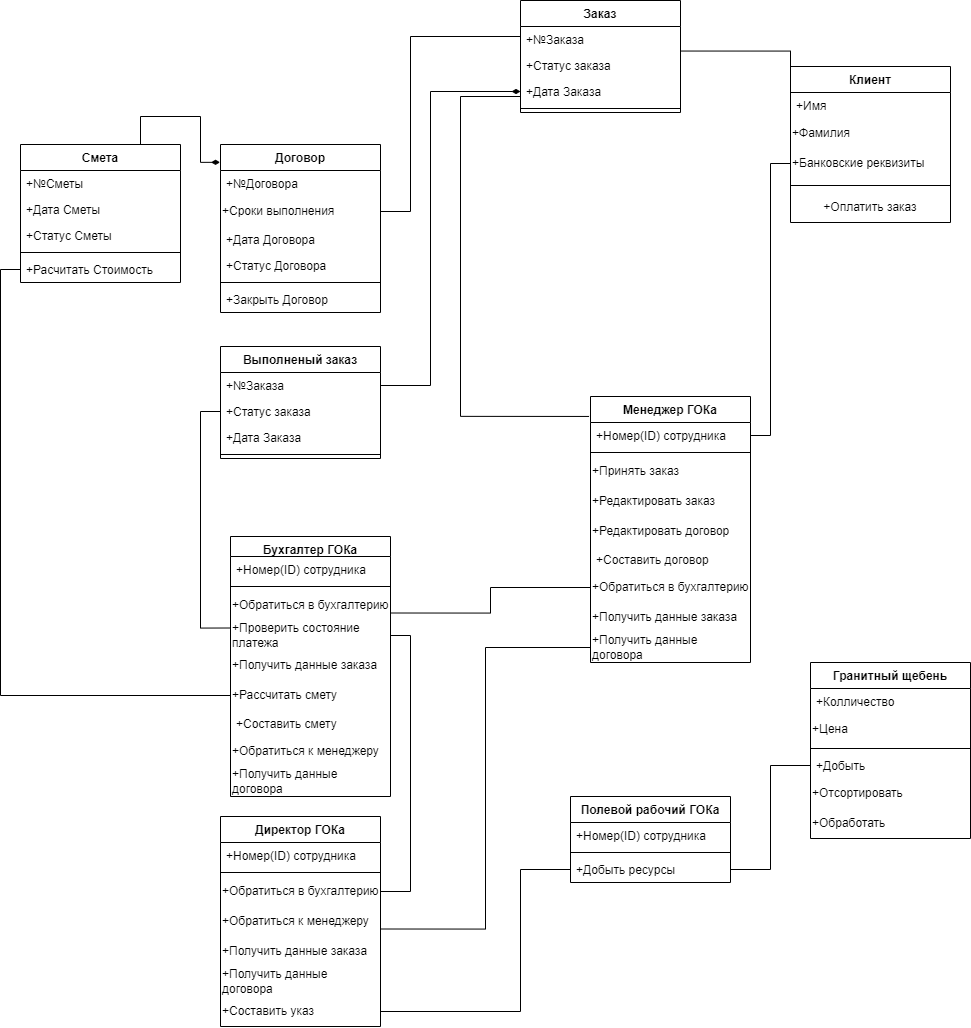
The draw.io diagram Class_Diagram.drawio.png in Awftf/UML, before a commit. Source tidied: cells renumbered, new cells last; positions are measured from the earlier drawing's top-left corner, leaving out a move shared by most shapes.
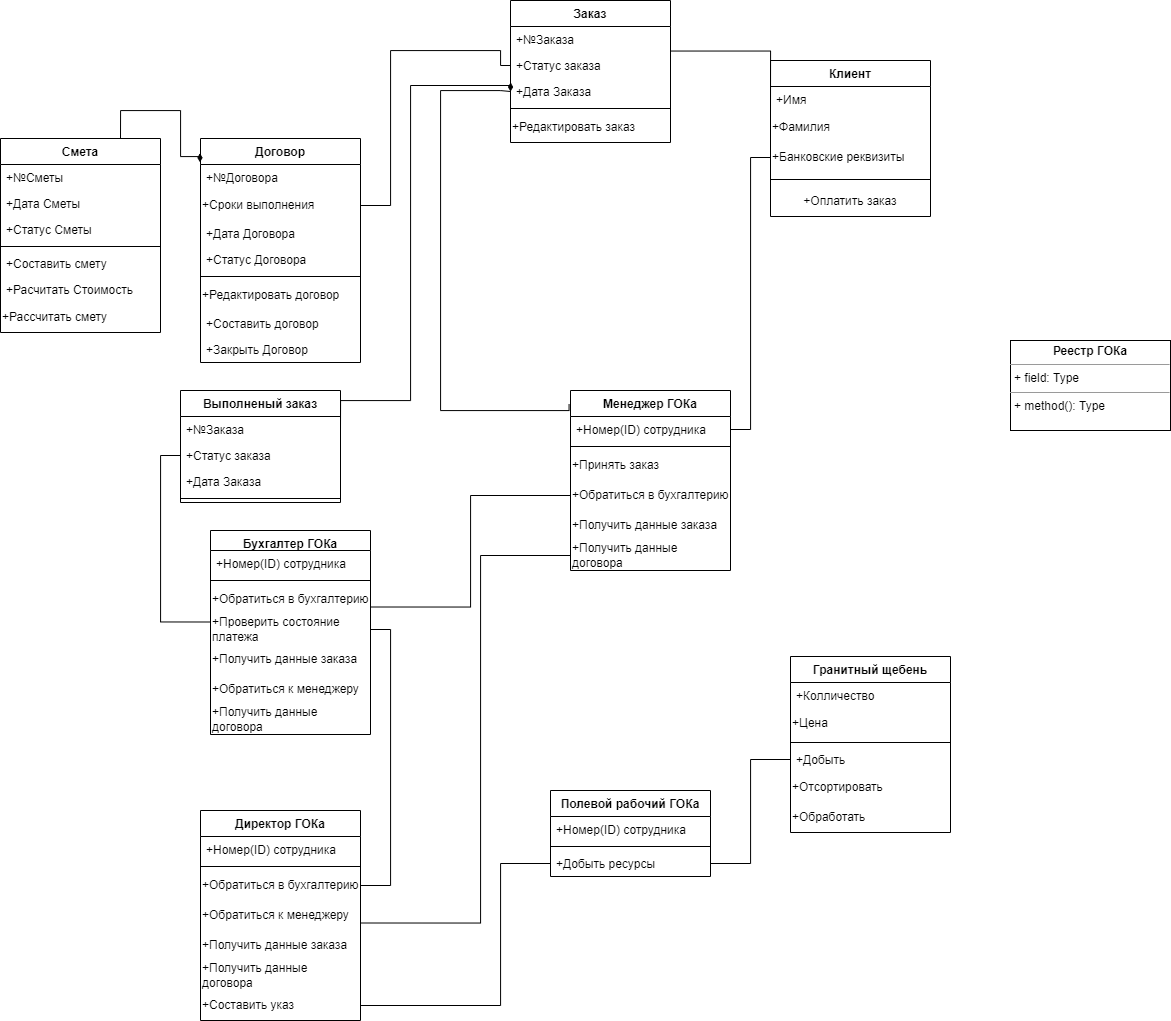
After the commit.

Diff of the diagram source:
```diff
@@ -17,3 +17,3 @@
     <mxCell id="6" value="Договор" style="swimlane;fontStyle=1;align=center;verticalAlign=top;horizontal=1;startSize=26;" parent="1" vertex="1">
-      <mxGeometry x="200" y="144" width="160" height="168" as="geometry" />
+      <mxGeometry x="200" y="144" width="160" height="224" as="geometry" />
     </mxCell>
@@ -34,7 +34,13 @@
     </mxCell>
+    <mxCell id="48" value="+Редактировать договор" style="text;html=1;strokeColor=none;fillColor=none;align=left;verticalAlign=middle;whiteSpace=wrap;rounded=0;" parent="6" vertex="1">
+      <mxGeometry y="142" width="160" height="30" as="geometry" />
+    </mxCell>
+    <mxCell id="49" value="+Составить договор" style="text;strokeColor=none;fillColor=none;align=left;verticalAlign=top;spacingLeft=4;spacingRight=4;overflow=hidden;" parent="6" vertex="1">
+      <mxGeometry y="172" width="160" height="26" as="geometry" />
+    </mxCell>
     <mxCell id="12" value="+Закрыть Договор" style="text;strokeColor=none;fillColor=none;align=left;verticalAlign=top;spacingLeft=4;spacingRight=4;overflow=hidden;" parent="6" vertex="1">
-      <mxGeometry y="142" width="160" height="26" as="geometry" />
+      <mxGeometry y="198" width="160" height="26" as="geometry" />
     </mxCell>
     <mxCell id="13" value="Заказ" style="swimlane;fontStyle=1;align=center;verticalAlign=top;horizontal=1;startSize=26;" parent="1" vertex="1">
-      <mxGeometry x="500" width="160" height="112" as="geometry" />
+      <mxGeometry x="510" y="6" width="160" height="142" as="geometry" />
     </mxCell>
@@ -52,2 +58,5 @@
     </mxCell>
+    <mxCell id="47" value="+Редактировать заказ" style="text;html=1;strokeColor=none;fillColor=none;align=left;verticalAlign=middle;whiteSpace=wrap;rounded=0;" parent="13" vertex="1">
+      <mxGeometry y="112" width="160" height="30" as="geometry" />
+    </mxCell>
     <mxCell id="18" style="edgeStyle=orthogonalEdgeStyle;rounded=0;jettySize=auto;html=1;exitX=0.75;exitY=0;exitDx=0;exitDy=0;entryX=-0.003;entryY=0.106;entryDx=0;entryDy=0;endArrow=diamondThin;endFill=1;entryPerimeter=0;strokeWidth=1;jumpSize=11;" parent="1" edge="1" source="19" target="6">
@@ -62,3 +71,3 @@
     <mxCell id="19" value="Смета" style="swimlane;fontStyle=1;align=center;verticalAlign=top;horizontal=1;startSize=26;" parent="1" vertex="1">
-      <mxGeometry y="144" width="160" height="138" as="geometry" />
+      <mxGeometry y="144" width="160" height="194" as="geometry" />
     </mxCell>
@@ -76,5 +85,14 @@
     </mxCell>
+    <mxCell id="63" value="+Составить смету" style="text;strokeColor=none;fillColor=none;align=left;verticalAlign=top;spacingLeft=4;spacingRight=4;overflow=hidden;" parent="19" vertex="1">
+      <mxGeometry y="112" width="160" height="26" as="geometry" />
+    </mxCell>
     <mxCell id="24" value="+Расчитать Стоимость" style="text;strokeColor=none;fillColor=none;align=left;verticalAlign=top;spacingLeft=4;spacingRight=4;overflow=hidden;points=[[0,0.5],[1,0.5]];portConstraint=eastwest;" parent="19" vertex="1">
-      <mxGeometry y="112" width="160" height="26" as="geometry" />
+      <mxGeometry y="138" width="160" height="26" as="geometry" />
     </mxCell>
+    <mxCell id="76" style="edgeStyle=orthogonalEdgeStyle;rounded=0;jettySize=auto;html=1;exitX=0;exitY=0.5;exitDx=0;exitDy=0;entryX=0;entryY=0.5;entryDx=0;entryDy=0;endArrow=none;endFill=0;" parent="19" edge="1" source="62" target="24">
+      <mxGeometry relative="1" as="geometry" />
+    </mxCell>
+    <mxCell id="62" value="+Рассчитать смету&amp;nbsp;" style="text;html=1;strokeColor=none;fillColor=none;align=left;verticalAlign=middle;whiteSpace=wrap;rounded=0;" parent="19" vertex="1">
+      <mxGeometry y="164" width="160" height="30" as="geometry" />
+    </mxCell>
     <mxCell id="25" value="Клиент" style="swimlane;fontStyle=1;align=center;verticalAlign=top;horizontal=1;startSize=26;" parent="1" vertex="1">
@@ -98,3 +116,3 @@
     <mxCell id="31" value="Выполненый заказ" style="swimlane;fontStyle=1;align=center;verticalAlign=top;horizontal=1;startSize=26;" parent="1" vertex="1">
-      <mxGeometry x="200" y="346" width="160" height="112" as="geometry" />
+      <mxGeometry x="180" y="396" width="160" height="112" as="geometry" />
     </mxCell>
@@ -134,3 +152,3 @@
     <mxCell id="43" value="Менеджер ГОКа" style="swimlane;fontStyle=1;align=center;verticalAlign=top;horizontal=1;startSize=26;" parent="1" vertex="1">
-      <mxGeometry x="570" y="396" width="160" height="266" as="geometry" />
+      <mxGeometry x="570" y="396" width="160" height="180" as="geometry" />
     </mxCell>
@@ -145,19 +163,10 @@
     </mxCell>
-    <mxCell id="47" value="+Редактировать заказ" style="text;html=1;strokeColor=none;fillColor=none;align=left;verticalAlign=middle;whiteSpace=wrap;rounded=0;" parent="43" vertex="1">
-      <mxGeometry y="90" width="160" height="30" as="geometry" />
-    </mxCell>
-    <mxCell id="48" value="+Редактировать договор" style="text;html=1;strokeColor=none;fillColor=none;align=left;verticalAlign=middle;whiteSpace=wrap;rounded=0;" parent="43" vertex="1">
-      <mxGeometry y="120" width="160" height="30" as="geometry" />
-    </mxCell>
-    <mxCell id="49" value="+Составить договор" style="text;strokeColor=none;fillColor=none;align=left;verticalAlign=top;spacingLeft=4;spacingRight=4;overflow=hidden;" parent="43" vertex="1">
-      <mxGeometry y="150" width="160" height="26" as="geometry" />
-    </mxCell>
     <mxCell id="50" value="+Обратиться в бухгалтерию" style="text;html=1;strokeColor=none;fillColor=none;align=left;verticalAlign=middle;whiteSpace=wrap;rounded=0;" parent="43" vertex="1">
-      <mxGeometry y="176" width="160" height="30" as="geometry" />
+      <mxGeometry y="90" width="160" height="30" as="geometry" />
     </mxCell>
     <mxCell id="51" value="+Получить данные заказа&lt;span style=&quot;color: rgba(0 , 0 , 0 , 0) ; font-family: monospace ; font-size: 0px&quot;&gt;%3CmxGraphModel%3E%3Croot%3E%3CmxCell%20id%3D%220%22%2F%3E%3CmxCell%20id%3D%221%22%20parent%3D%220%22%2F%3E%3CmxCell%20id%3D%222%22%20value%3D%22%D0%97%D0%B0%D0%BA%D0%B0%D0%B7%22%20style%3D%22swimlane%3BfontStyle%3D1%3Balign%3Dcenter%3BverticalAlign%3Dtop%3BchildLayout%3DstackLayout%3Bhorizontal%3D1%3BstartSize%3D26%3BhorizontalStack%3D0%3BresizeParent%3D1%3BresizeParentMax%3D0%3BresizeLast%3D0%3Bcollapsible%3D1%3BmarginBottom%3D0%3B%22%20vertex%3D%221%22%20parent%3D%221%22%3E%3CmxGeometry%20x%3D%2240%22%20y%3D%22241%22%20width%3D%22160%22%20height%3D%22138%22%20as%3D%22geometry%22%2F%3E%3C%2FmxCell%3E%3CmxCell%20id%3D%223%22%20value%3D%22%2B%E2%84%96%D0%97%D0%B0%D0%BA%D0%B0%D0%B7%D0%B0%22%20style%3D%22text%3BstrokeColor%3Dnone%3BfillColor%3Dnone%3Balign%3Dleft%3BverticalAlign%3Dtop%3BspacingLeft%3D4%3BspacingRight%3D4%3Boverflow%3Dhidden%3Brotatable%3D0%3Bpoints%3D%5B%5B0%2C0.5%5D%2C%5B1%2C0.5%5D%5D%3BportConstraint%3Deastwest%3B%22%20vertex%3D%221%22%20parent%3D%222%22%3E%3CmxGeometry%20y%3D%2226%22%20width%3D%22160%22%20height%3D%2226%22%20as%3D%22geometry%22%2F%3E%3C%2FmxCell%3E%3CmxCell%20id%3D%224%22%20value%3D%22%2B%D0%A1%D1%82%D0%B0%D1%82%D1%83%D1%81%20%D0%B7%D0%B0%D0%BA%D0%B0%D0%B7%D0%B0%22%20style%3D%22text%3BstrokeColor%3Dnone%3BfillColor%3Dnone%3Balign%3Dleft%3BverticalAlign%3Dtop%3BspacingLeft%3D4%3BspacingRight%3D4%3Boverflow%3Dhidden%3Brotatable%3D0%3Bpoints%3D%5B%5B0%2C0.5%5D%2C%5B1%2C0.5%5D%5D%3BportConstraint%3Deastwest%3B%22%20vertex%3D%221%22%20parent%3D%222%22%3E%3CmxGeometry%20y%3D%2252%22%20width%3D%22160%22%20height%3D%2226%22%20as%3D%22geometry%22%2F%3E%3C%2FmxCell%3E%3CmxCell%20id%3D%225%22%20value%3D%22%2B%D0%94%D0%B0%D1%82%D0%B0%20%D0%97%D0%B0%D0%BA%D0%B0%D0%B7%D0%B0%22%20style%3D%22text%3BstrokeColor%3Dnone%3BfillColor%3Dnone%3Balign%3Dleft%3BverticalAlign%3Dtop%3BspacingLeft%3D4%3BspacingRight%3D4%3Boverflow%3Dhidden%3Brotatable%3D0%3Bpoints%3D%5B%5B0%2C0.5%5D%2C%5B1%2C0.5%5D%5D%3BportConstraint%3Deastwest%3B%22%20vertex%3D%221%22%20parent%3D%222%22%3E%3CmxGeometry%20y%3D%2278%22%20width%3D%22160%22%20height%3D%2226%22%20as%3D%22geometry%22%2F%3E%3C%2FmxCell%3E%3CmxCell%20id%3D%226%22%20value%3D%22%22%20style%3D%22line%3BstrokeWidth%3D1%3BfillColor%3Dnone%3Balign%3Dleft%3BverticalAlign%3Dmiddle%3BspacingTop%3D-1%3BspacingLeft%3D3%3BspacingRight%3D3%3Brotatable%3D0%3BlabelPosition%3Dright%3Bpoints%3D%5B%5D%3BportConstraint%3Deastwest%3B%22%20vertex%3D%221%22%20parent%3D%222%22%3E%3CmxGeometry%20y%3D%22104%22%20width%3D%22160%22%20height%3D%228%22%20as%3D%22geometry%22%2F%3E%3C%2FmxCell%3E%3CmxCell%20id%3D%227%22%20value%3D%22%2B%D0%9E%D0%BF%D0%BB%D0%B0%D1%82%D0%B8%D1%82%D1%8C%20%D0%B7%D0%B0%D0%BA%D0%B0%D0%B7%22%20style%3D%22text%3BstrokeColor%3Dnone%3BfillColor%3Dnone%3Balign%3Dleft%3BverticalAlign%3Dtop%3BspacingLeft%3D4%3BspacingRight%3D4%3Boverflow%3Dhidden%3Brotatable%3D0%3Bpoints%3D%5B%5B0%2C0.5%5D%2C%5B1%2C0.5%5D%5D%3BportConstraint%3Deastwest%3B%22%20vertex%3D%221%22%20parent%3D%222%22%3E%3CmxGeometry%20y%3D%22112%22%20width%3D%22160%22%20height%3D%2226%22%20as%3D%22geometry%22%2F%3E%3C%2FmxCell%3E%3C%2Froot%3E%3C%2FmxGraphModel%3E&lt;/span&gt;" style="text;html=1;strokeColor=none;fillColor=none;align=left;verticalAlign=middle;whiteSpace=wrap;rounded=0;" parent="43" vertex="1">
-      <mxGeometry y="206" width="160" height="30" as="geometry" />
+      <mxGeometry y="120" width="160" height="30" as="geometry" />
     </mxCell>
     <mxCell id="52" value="+Получить данные договора" style="text;html=1;strokeColor=none;fillColor=none;align=left;verticalAlign=middle;whiteSpace=wrap;rounded=0;" parent="43" vertex="1">
-      <mxGeometry y="236" width="160" height="30" as="geometry" />
+      <mxGeometry y="150" width="160" height="30" as="geometry" />
     </mxCell>
@@ -170,4 +179,5 @@
           <mxPoint x="390" y="211" />
-          <mxPoint x="390" y="36" />
-          <mxPoint x="500" y="36" />
+          <mxPoint x="390" y="56" />
+          <mxPoint x="500" y="56" />
+          <mxPoint x="500" y="71" />
         </Array>
@@ -178,3 +188,4 @@
         <Array as="points">
-          <mxPoint x="410" y="385" />
+          <mxPoint x="340" y="406" />
+          <mxPoint x="410" y="406" />
           <mxPoint x="410" y="91" />
@@ -184,3 +195,3 @@
     <mxCell id="56" value="Бухгалтер ГОКа" style="swimlane;fontStyle=1;align=center;verticalAlign=top;horizontal=1;startSize=20;" parent="1" vertex="1">
-      <mxGeometry x="210" y="536" width="160" height="260" as="geometry" />
+      <mxGeometry x="210" y="536" width="160" height="204" as="geometry" />
     </mxCell>
@@ -201,13 +212,7 @@
     </mxCell>
-    <mxCell id="62" value="+Рассчитать смету&amp;nbsp;" style="text;html=1;strokeColor=none;fillColor=none;align=left;verticalAlign=middle;whiteSpace=wrap;rounded=0;" parent="56" vertex="1">
-      <mxGeometry y="144" width="160" height="30" as="geometry" />
-    </mxCell>
-    <mxCell id="63" value="+Составить смету" style="text;strokeColor=none;fillColor=none;align=left;verticalAlign=top;spacingLeft=4;spacingRight=4;overflow=hidden;" parent="56" vertex="1">
-      <mxGeometry y="174" width="160" height="26" as="geometry" />
-    </mxCell>
     <mxCell id="64" value="+Обратиться к менеджеру" style="text;html=1;strokeColor=none;fillColor=none;align=left;verticalAlign=middle;whiteSpace=wrap;rounded=0;" parent="56" vertex="1">
-      <mxGeometry y="200" width="160" height="30" as="geometry" />
+      <mxGeometry y="144" width="160" height="30" as="geometry" />
     </mxCell>
     <mxCell id="65" value="+Получить данные договора" style="text;html=1;strokeColor=none;fillColor=none;align=left;verticalAlign=middle;whiteSpace=wrap;rounded=0;" parent="56" vertex="1">
-      <mxGeometry y="230" width="160" height="30" as="geometry" />
+      <mxGeometry y="174" width="160" height="30" as="geometry" />
     </mxCell>
@@ -249,5 +254,2 @@
     </mxCell>
-    <mxCell id="76" style="edgeStyle=orthogonalEdgeStyle;rounded=0;jettySize=auto;html=1;exitX=0;exitY=0.5;exitDx=0;exitDy=0;entryX=0;entryY=0.5;entryDx=0;entryDy=0;endArrow=none;endFill=0;" parent="1" edge="1" source="62" target="24">
-      <mxGeometry relative="1" as="geometry" />
-    </mxCell>
     <mxCell id="77" style="edgeStyle=orthogonalEdgeStyle;rounded=0;jettySize=auto;html=1;exitX=0;exitY=0.25;exitDx=0;exitDy=0;entryX=0;entryY=0.5;entryDx=0;entryDy=0;endArrow=none;endFill=0;" parent="1" edge="1" source="60" target="33">
@@ -259,3 +261,8 @@
     <mxCell id="79" style="edgeStyle=orthogonalEdgeStyle;rounded=0;jettySize=auto;html=1;exitX=1;exitY=0.75;exitDx=0;exitDy=0;entryX=0;entryY=0.5;entryDx=0;entryDy=0;endArrow=none;endFill=0;" parent="1" edge="1" source="70" target="52">
-      <mxGeometry relative="1" as="geometry" />
+      <mxGeometry relative="1" as="geometry">
+        <Array as="points">
+          <mxPoint x="480" y="929" />
+          <mxPoint x="480" y="561" />
+        </Array>
+      </mxGeometry>
     </mxCell>
@@ -275,2 +282,5 @@
     </mxCell>
+    <mxCell id="83" value="&lt;p style=&quot;margin: 0px ; margin-top: 4px ; text-align: center&quot;&gt;&lt;b&gt;Реестр ГОКа&lt;/b&gt;&lt;/p&gt;&lt;hr size=&quot;1&quot;&gt;&lt;p style=&quot;margin: 0px ; margin-left: 4px&quot;&gt;+ field: Type&lt;/p&gt;&lt;hr size=&quot;1&quot;&gt;&lt;p style=&quot;margin: 0px ; margin-left: 4px&quot;&gt;+ method(): Type&lt;/p&gt;" style="verticalAlign=top;align=left;overflow=fill;fontSize=12;fontFamily=Helvetica;html=1;" parent="1" vertex="1">
+      <mxGeometry x="1010" y="346" width="160" height="90" as="geometry" />
+    </mxCell>
   </root>
```
